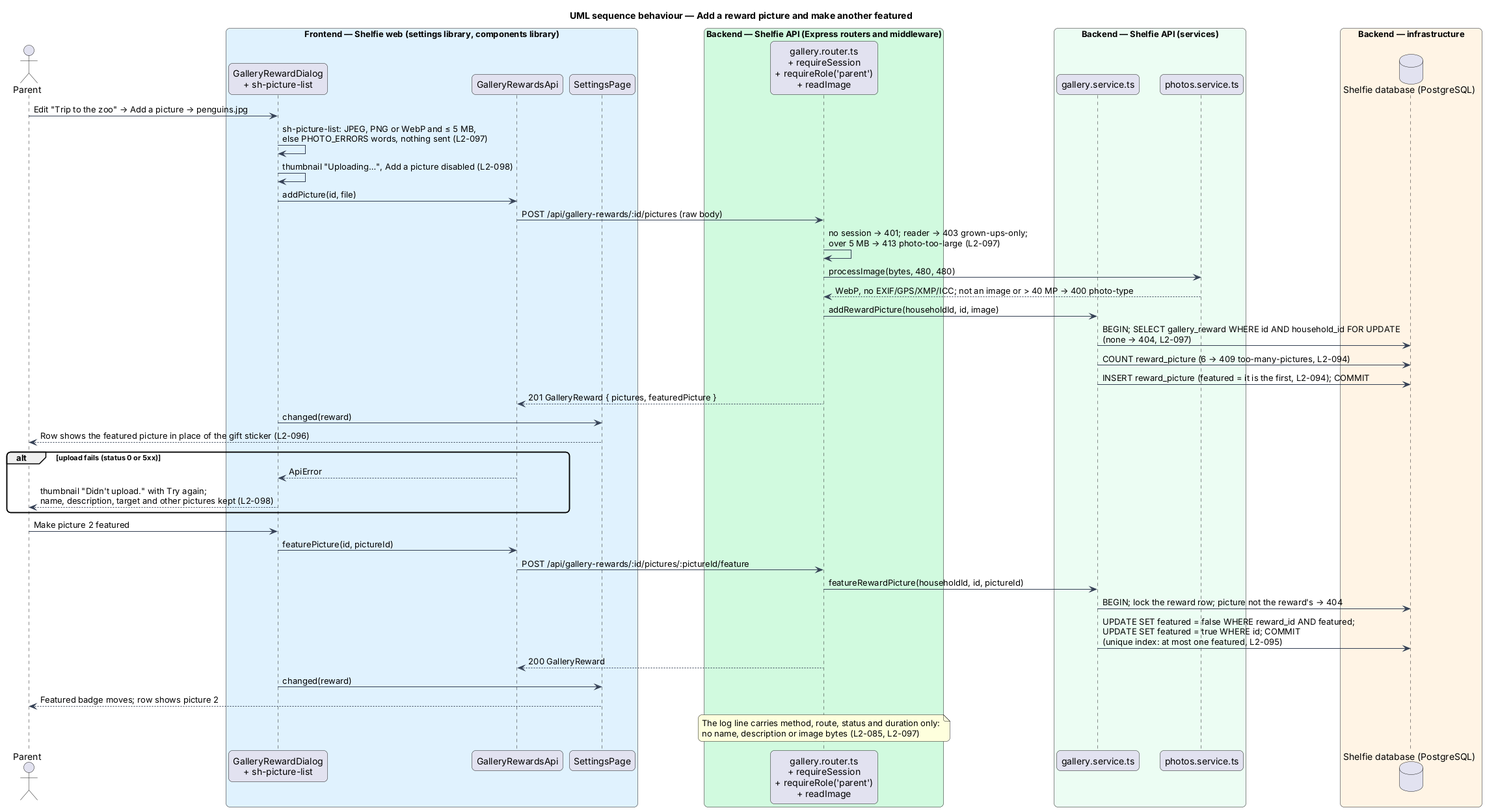
This is docs/detailed-designs/review/reward-gallery/diagrams/sequence-reward-pictures.png from QuinntyneBrown/shelfie, a PlantUML export, as it was before one commit.
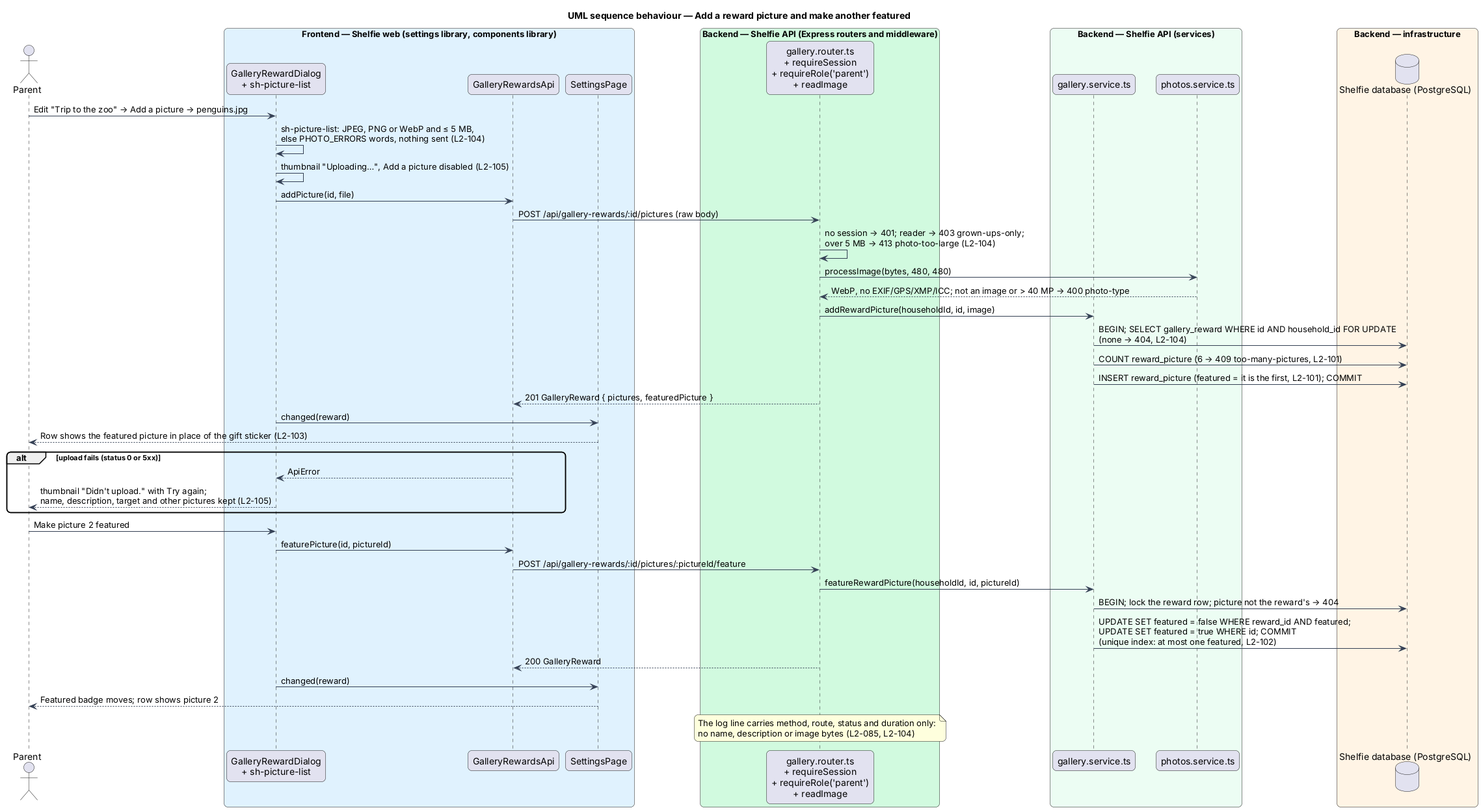
After the commit.

The edit, as a diff of the source:
```diff
@@ -23,32 +23,32 @@
 end box
 
 parent -> dialog : Edit "Trip to the zoo" → Add a picture → penguins.jpg
-dialog -> dialog : sh-picture-list: JPEG, PNG or WebP and ≤ 5 MB,\nelse PHOTO_ERRORS words, nothing sent (L2-097)
-dialog -> dialog : thumbnail "Uploading…", Add a picture disabled (L2-098)
+dialog -> dialog : sh-picture-list: JPEG, PNG or WebP and ≤ 5 MB,\nelse PHOTO_ERRORS words, nothing sent (L2-104)
+dialog -> dialog : thumbnail "Uploading…", Add a picture disabled (L2-105)
 dialog -> client : addPicture(id, file)
 client -> router : POST /api/gallery-rewards/:id/pictures (raw body)
-router -> router : no session → 401; reader → 403 grown-ups-only;\nover 5 MB → 413 photo-too-large (L2-097)
+router -> router : no session → 401; reader → 403 grown-ups-only;\nover 5 MB → 413 photo-too-large (L2-104)
 router -> photos : processImage(bytes, 480, 480)
 photos --> router : WebP, no EXIF/GPS/XMP/ICC; not an image or > 40 MP → 400 photo-type
 router -> service : addRewardPicture(householdId, id, image)
-service -> db : BEGIN; SELECT gallery_reward WHERE id AND household_id FOR UPDATE\n(none → 404, L2-097)
-service -> db : COUNT reward_picture (6 → 409 too-many-pictures, L2-094)
-service -> db : INSERT reward_picture (featured = it is the first, L2-094); COMMIT
+service -> db : BEGIN; SELECT gallery_reward WHERE id AND household_id FOR UPDATE\n(none → 404, L2-104)
+service -> db : COUNT reward_picture (6 → 409 too-many-pictures, L2-101)
+service -> db : INSERT reward_picture (featured = it is the first, L2-101); COMMIT
 router --> client : 201 GalleryReward { pictures, featuredPicture }
 dialog -> page : changed(reward)
-page --> parent : Row shows the featured picture in place of the gift sticker (L2-096)
+page --> parent : Row shows the featured picture in place of the gift sticker (L2-103)
 alt upload fails (status 0 or 5xx)
   client --> dialog : ApiError
-  dialog --> parent : thumbnail "Didn't upload." with Try again;\nname, description, target and other pictures kept (L2-098)
+  dialog --> parent : thumbnail "Didn't upload." with Try again;\nname, description, target and other pictures kept (L2-105)
 end
 parent -> dialog : Make picture 2 featured
 dialog -> client : featurePicture(id, pictureId)
 client -> router : POST /api/gallery-rewards/:id/pictures/:pictureId/feature
 router -> service : featureRewardPicture(householdId, id, pictureId)
 service -> db : BEGIN; lock the reward row; picture not the reward's → 404
-service -> db : UPDATE SET featured = false WHERE reward_id AND featured;\nUPDATE SET featured = true WHERE id; COMMIT\n(unique index: at most one featured, L2-095)
+service -> db : UPDATE SET featured = false WHERE reward_id AND featured;\nUPDATE SET featured = true WHERE id; COMMIT\n(unique index: at most one featured, L2-102)
 router --> client : 200 GalleryReward
 dialog -> page : changed(reward)
 page --> parent : Featured badge moves; row shows picture 2
-note over router : The log line carries method, route, status and duration only:\nno name, description or image bytes (L2-085, L2-097)
+note over router : The log line carries method, route, status and duration only:\nno name, description or image bytes (L2-085, L2-104)
 @enduml
```
